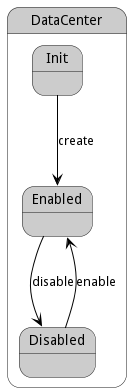
Before: docs/edgemere/cpl/models/datacenter/statenet.png, a diagram exported from PlantUML (madajaju/edgemere).
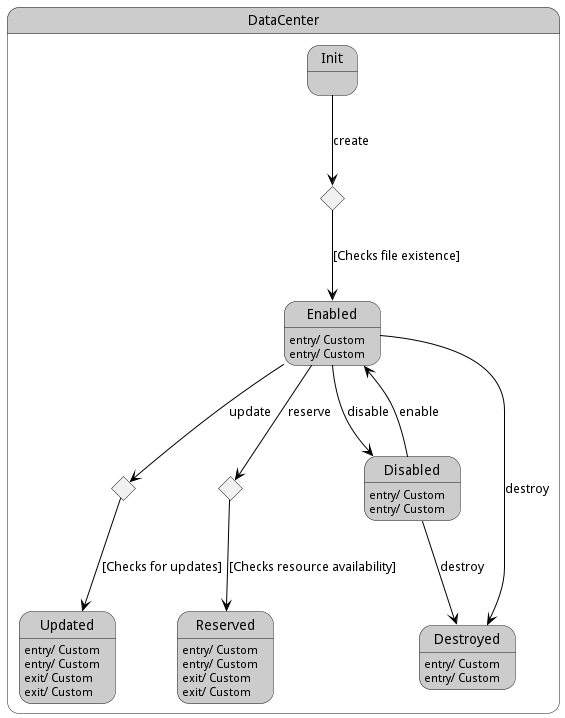
Later version of the same file.

What changed in the source:
```diff
@@ -13,14 +13,68 @@
     state Disabled #cccccc {
     }
 
+    state Destroyed #cccccc {
+    }
+
+    state Updated #cccccc {
+    }
+
+    state Reserved #cccccc {
+    }
 
 
 
-Init -[#black]--> Enabled : create
+
+state createCondition <<choice>>
+Init -[#black]--> createCondition : create
+
+createCondition -[#black]--> Enabled: [Checks file existence]
+
+Enabled: entry/ Custom
+
+Enabled: entry/ Custom
 
 Enabled -[#black]--> Disabled : disable
 
+Enabled -[#black]--> Destroyed : destroy
+
+state updateCondition <<choice>>
+Enabled -[#black]--> updateCondition : update
+
+updateCondition -[#black]--> Updated: [Checks for updates]
+
+state reserveCondition <<choice>>
+Enabled -[#black]--> reserveCondition : reserve
+
+reserveCondition -[#black]--> Reserved: [Checks resource availability]
+
+Disabled: entry/ Custom
+
+Disabled: entry/ Custom
+
 Disabled -[#black]--> Enabled : enable
+
+Disabled -[#black]--> Destroyed : destroy
+
+Destroyed: entry/ Custom
+
+Destroyed: entry/ Custom
+
+Updated: entry/ Custom
+
+Updated: entry/ Custom
+
+Updated: exit/ Custom
+
+Updated: exit/ Custom
+
+Reserved: entry/ Custom
+
+Reserved: entry/ Custom
+
+Reserved: exit/ Custom
+
+Reserved: exit/ Custom
 
 }
 
```
